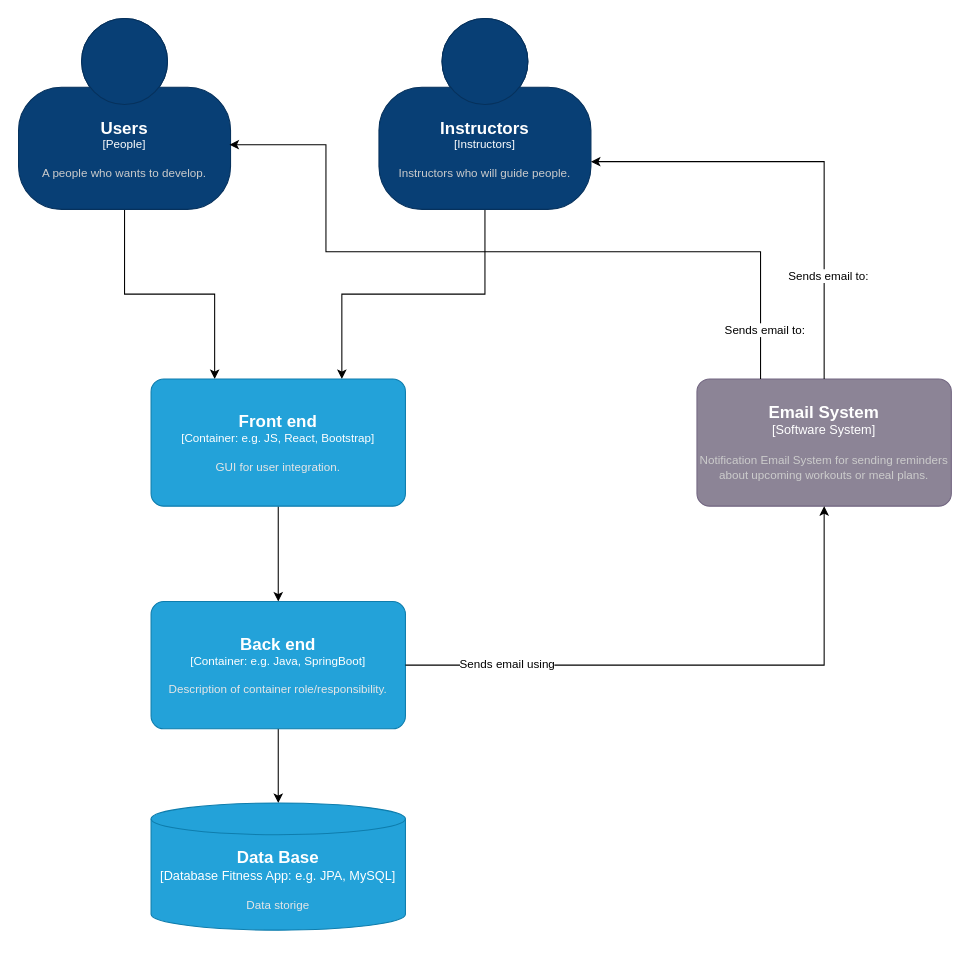
Above: page "C2 Containers" (2 of 3) of C4 Diagram/FitnessAppDiagram.drawio in AtanasDimitrov12/FitnessApp-Backend (draw.io), before the change. Source tidied: cells renumbered, new cells numbered last; positions are measured from the earlier drawing's top-left corner, leaving out a move shared by most shapes. Both pictures are drawn from the tidied source at 106%, with x=0, y=0 at pixel (18, 18).
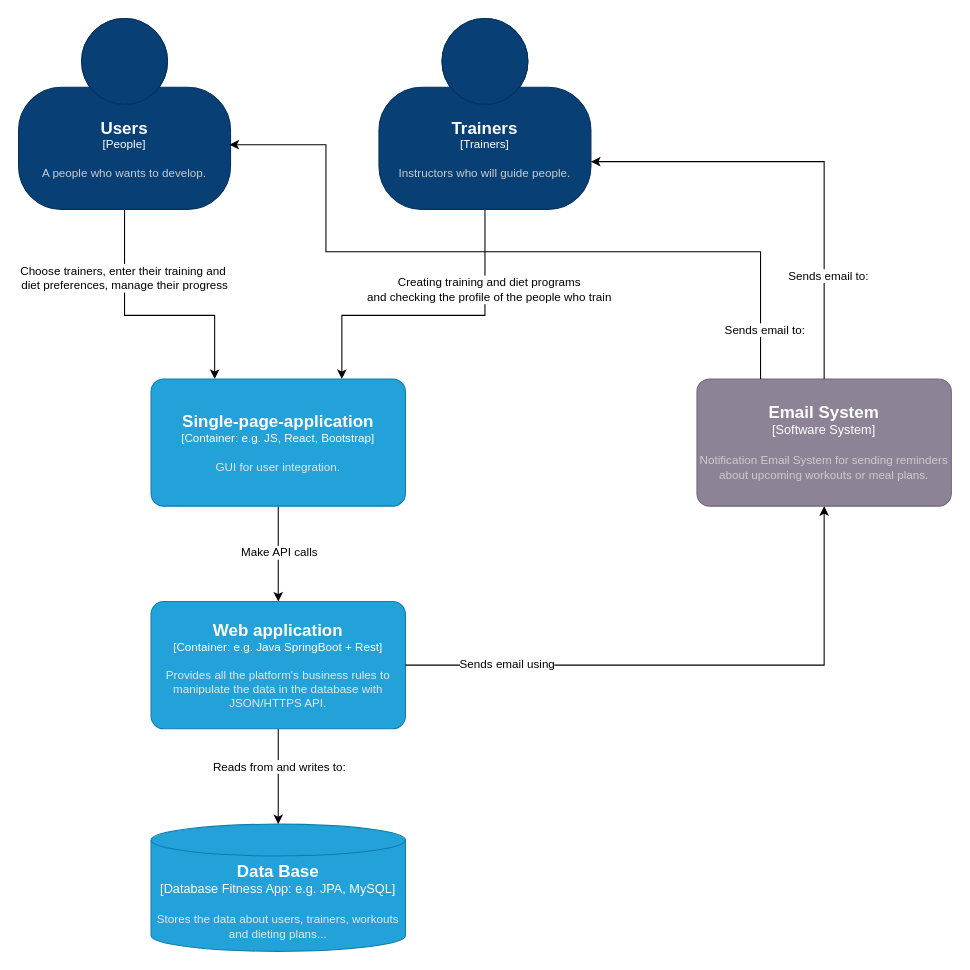
The same diagram, later.

The change refers to these unchanged cells:
```xml
<object id="3" label="&lt;font style=&quot;font-size: 16px&quot;&gt;&lt;b&gt;%c4Name%&lt;/b&gt;&lt;/font&gt;&lt;div&gt;[%c4Type%]&lt;/div&gt;&lt;br&gt;&lt;div&gt;&lt;font style=&quot;font-size: 11px&quot;&gt;&lt;font color=&quot;#cccccc&quot;&gt;%c4Description%&lt;/font&gt;&lt;/div&gt;" c4Description="A people who wants to develop." c4Name="Users" c4Type="People" placeholders="1">
  <mxCell style="html=1;fontSize=11;dashed=0;whiteSpace=wrap;fillColor=#083F75;strokeColor=#06315C;fontColor=#ffffff;shape=mxgraph.c4.person2;align=center;points=[[0.5,0,0],[1,0.5,0],[1,0.75,0],[0.75,1,0],[0.5,1,0],[0.25,1,0],[0,0.75,0],[0,0.5,0]];" parent="1" vertex="1">
    <mxGeometry width="200" height="180" as="geometry" />
  </mxCell>
</object>
<mxCell id="7" style="edgeStyle=orthogonalEdgeStyle;rounded=0;jettySize=auto;html=1;exitX=0.5;exitY=1;exitDx=0;exitDy=0;exitPerimeter=0;entryX=0.5;entryY=0;entryDx=0;entryDy=0;entryPerimeter=0;" parent="1" edge="1" source="8" target="10">
  <mxGeometry relative="1" as="geometry" />
</mxCell>
<mxCell id="9" style="edgeStyle=orthogonalEdgeStyle;rounded=0;jettySize=auto;html=1;exitX=0.5;exitY=1;exitDx=0;exitDy=0;exitPerimeter=0;" parent="1" edge="1" source="10" target="11">
  <mxGeometry relative="1" as="geometry" />
</mxCell>
```

Change to the diagram source:
```diff
@@
     <mxCell id="2" style="edgeStyle=orthogonalEdgeStyle;rounded=0;jettySize=auto;html=1;exitX=0.5;exitY=1;exitDx=0;exitDy=0;exitPerimeter=0;entryX=0.25;entryY=0;entryDx=0;entryDy=0;entryPerimeter=0;" parent="1" edge="1" source="3" target="8">
-      <mxGeometry relative="1" as="geometry" />
+      <mxGeometry relative="1" as="geometry">
+        <Array as="points">
+          <mxPoint x="100" y="280" />
+          <mxPoint x="185" y="280" />
+        </Array>
+      </mxGeometry>
     </mxCell>
+    <mxCell id="18" value="Choose trainers, enter their training and&amp;nbsp;&lt;div&gt;diet preferences, manage their progress&lt;/div&gt;" style="edgeLabel;html=1;align=center;verticalAlign=middle;" parent="2" vertex="1">
+      <mxGeometry x="-0.48" y="-1" relative="1" as="geometry" />
+    </mxCell>
@@
     <mxCell id="4" style="edgeStyle=orthogonalEdgeStyle;rounded=0;jettySize=auto;html=1;exitX=0.5;exitY=1;exitDx=0;exitDy=0;exitPerimeter=0;entryX=0.75;entryY=0;entryDx=0;entryDy=0;entryPerimeter=0;" parent="1" edge="1" source="5" target="8">
-      <mxGeometry relative="1" as="geometry" />
+      <mxGeometry relative="1" as="geometry">
+        <Array as="points">
+          <mxPoint x="440" y="280" />
+          <mxPoint x="305" y="280" />
+        </Array>
+      </mxGeometry>
     </mxCell>
+    <mxCell id="19" value="&lt;div&gt;Creating training and diet programs&lt;/div&gt;&lt;div&gt;and checking the profile of the people who train&lt;/div&gt;" style="edgeLabel;html=1;align=center;verticalAlign=middle;" parent="4" vertex="1">
+      <mxGeometry x="-0.49" y="3" relative="1" as="geometry" />
+    </mxCell>
-    <object id="5" label="&lt;font style=&quot;font-size: 16px&quot;&gt;&lt;b&gt;%c4Name%&lt;/b&gt;&lt;/font&gt;&lt;div&gt;[%c4Type%]&lt;/div&gt;&lt;br&gt;&lt;div&gt;&lt;font style=&quot;font-size: 11px&quot;&gt;&lt;font color=&quot;#cccccc&quot;&gt;%c4Description%&lt;/font&gt;&lt;/div&gt;" c4Description="Instructors who will guide people." c4Name="Instructors" c4Type="Instructors" placeholders="1">
+    <object id="5" label="&lt;font style=&quot;font-size: 16px&quot;&gt;&lt;b&gt;%c4Name%&lt;/b&gt;&lt;/font&gt;&lt;div&gt;[%c4Type%]&lt;/div&gt;&lt;br&gt;&lt;div&gt;&lt;font style=&quot;font-size: 11px&quot;&gt;&lt;font color=&quot;#cccccc&quot;&gt;%c4Description%&lt;/font&gt;&lt;/div&gt;" c4Description="Instructors who will guide people." c4Name="Trainers" c4Type="Trainers" placeholders="1">
       <mxCell style="html=1;fontSize=11;dashed=0;whiteSpace=wrap;fillColor=#083F75;strokeColor=#06315C;fontColor=#ffffff;shape=mxgraph.c4.person2;align=center;points=[[0.5,0,0],[1,0.5,0],[1,0.75,0],[0.75,1,0],[0.5,1,0],[0.25,1,0],[0,0.75,0],[0,0.5,0]];" parent="1" vertex="1">
         <mxGeometry x="340" width="200" height="180" as="geometry" />
       </mxCell>
     </object>
@@
+    <mxCell id="20" value="Make API calls" style="edgeLabel;html=1;align=center;verticalAlign=middle;" parent="7" vertex="1">
+      <mxGeometry x="-0.05" relative="1" as="geometry" />
+    </mxCell>
-    <object id="8" label="&lt;font style=&quot;font-size: 16px&quot;&gt;&lt;b&gt;%c4Name%&lt;/b&gt;&lt;/font&gt;&lt;div&gt;[%c4Type%: %c4Technology%]&lt;/div&gt;&lt;br&gt;&lt;div&gt;&lt;font style=&quot;font-size: 11px&quot;&gt;&lt;font color=&quot;#E6E6E6&quot;&gt;%c4Description%&lt;/font&gt;&lt;/div&gt;" c4Description="GUI for user integration." c4Name="Front end" c4Technology="e.g. JS, React, Bootstrap" c4Type="Container" placeholders="1">
+    <object id="8" label="&lt;font style=&quot;font-size: 16px&quot;&gt;&lt;b&gt;%c4Name%&lt;/b&gt;&lt;/font&gt;&lt;div&gt;[%c4Type%: %c4Technology%]&lt;/div&gt;&lt;br&gt;&lt;div&gt;&lt;font style=&quot;font-size: 11px&quot;&gt;&lt;font color=&quot;#E6E6E6&quot;&gt;%c4Description%&lt;/font&gt;&lt;/div&gt;" c4Description="GUI for user integration." c4Name="Single-page-application" c4Technology="e.g. JS, React, Bootstrap" c4Type="Container" placeholders="1">
       <mxCell style="rounded=1;whiteSpace=wrap;html=1;fontSize=11;labelBackgroundColor=none;fillColor=#23A2D9;fontColor=#ffffff;align=center;arcSize=10;strokeColor=#0E7DAD;points=[[0.25,0,0],[0.5,0,0],[0.75,0,0],[1,0.25,0],[1,0.5,0],[1,0.75,0],[0.75,1,0],[0.5,1,0],[0.25,1,0],[0,0.75,0],[0,0.5,0],[0,0.25,0]];" parent="1" vertex="1">
         <mxGeometry x="125" y="340" width="240" height="120" as="geometry" />
       </mxCell>
     </object>
@@
+    <mxCell id="21" value="Reads from and writes to:" style="edgeLabel;html=1;align=center;verticalAlign=middle;" parent="9" vertex="1">
+      <mxGeometry x="-0.23" relative="1" as="geometry" />
+    </mxCell>
-    <object id="10" label="&lt;font style=&quot;font-size: 16px&quot;&gt;&lt;b&gt;%c4Name%&lt;/b&gt;&lt;/font&gt;&lt;div&gt;[%c4Type%: %c4Technology%]&lt;/div&gt;&lt;br&gt;&lt;div&gt;&lt;font style=&quot;font-size: 11px&quot;&gt;&lt;font color=&quot;#E6E6E6&quot;&gt;%c4Description%&lt;/font&gt;&lt;/div&gt;" c4Description="Description of container role/responsibility." c4Name="Back end" c4Technology="e.g. Java, SpringBoot" c4Type="Container" placeholders="1">
+    <object id="10" label="&lt;font style=&quot;font-size: 16px&quot;&gt;&lt;b&gt;%c4Name%&lt;/b&gt;&lt;/font&gt;&lt;div&gt;[%c4Type%: %c4Technology%]&lt;/div&gt;&lt;br&gt;&lt;div&gt;&lt;font style=&quot;font-size: 11px&quot;&gt;&lt;font color=&quot;#E6E6E6&quot;&gt;%c4Description%&lt;/font&gt;&lt;/div&gt;" c4Description="Provides all the platform's business rules to manipulate the data in the database with JSON/HTTPS API." c4Name="Web application" c4Technology="e.g. Java SpringBoot + Rest" c4Type="Container" placeholders="1">
       <mxCell style="rounded=1;whiteSpace=wrap;html=1;fontSize=11;labelBackgroundColor=none;fillColor=#23A2D9;fontColor=#ffffff;align=center;arcSize=10;strokeColor=#0E7DAD;points=[[0.25,0,0],[0.5,0,0],[0.75,0,0],[1,0.25,0],[1,0.5,0],[1,0.75,0],[0.75,1,0],[0.5,1,0],[0.25,1,0],[0,0.75,0],[0,0.5,0],[0,0.25,0]];" parent="1" vertex="1">
         <mxGeometry x="125" y="550" width="240" height="120" as="geometry" />
       </mxCell>
     </object>
-    <object id="11" label="&lt;font style=&quot;font-size: 16px&quot;&gt;&lt;b&gt;%c4Type%&lt;/b&gt;&lt;/font&gt;&lt;div&gt;[%c4Container%:&amp;nbsp;%c4Technology%]&lt;/div&gt;&lt;br&gt;&lt;div&gt;&lt;font style=&quot;font-size: 11px&quot;&gt;&lt;font color=&quot;#E6E6E6&quot;&gt;%c4Description%&lt;/font&gt;&lt;/div&gt;" c4Container="Database Fitness App" c4Description="Data storige" c4Technology="e.g. JPA, MySQL" c4Type="Data Base" placeholders="1">
+    <object id="11" label="&lt;font style=&quot;font-size: 16px&quot;&gt;&lt;b&gt;%c4Type%&lt;/b&gt;&lt;/font&gt;&lt;div&gt;[%c4Container%:&amp;nbsp;%c4Technology%]&lt;/div&gt;&lt;br&gt;&lt;div&gt;&lt;font style=&quot;font-size: 11px&quot;&gt;&lt;font color=&quot;#E6E6E6&quot;&gt;%c4Description%&lt;/font&gt;&lt;/div&gt;" c4Container="Database Fitness App" c4Description="Stores the data about users, trainers, workouts and dieting plans..." c4Technology="e.g. JPA, MySQL" c4Type="Data Base" placeholders="1">
       <mxCell style="shape=cylinder3;size=15;whiteSpace=wrap;html=1;boundedLbl=1;rounded=0;labelBackgroundColor=none;fillColor=#23A2D9;fontSize=12;fontColor=#ffffff;align=center;strokeColor=#0E7DAD;points=[[0.5,0,0],[1,0.25,0],[1,0.5,0],[1,0.75,0],[0.5,1,0],[0,0.75,0],[0,0.5,0],[0,0.25,0]];" parent="1" vertex="1">
-        <mxGeometry x="125" y="740" width="240" height="120" as="geometry" />
+        <mxGeometry x="125" y="760" width="240" height="120" as="geometry" />
       </mxCell>
     </object>
```
